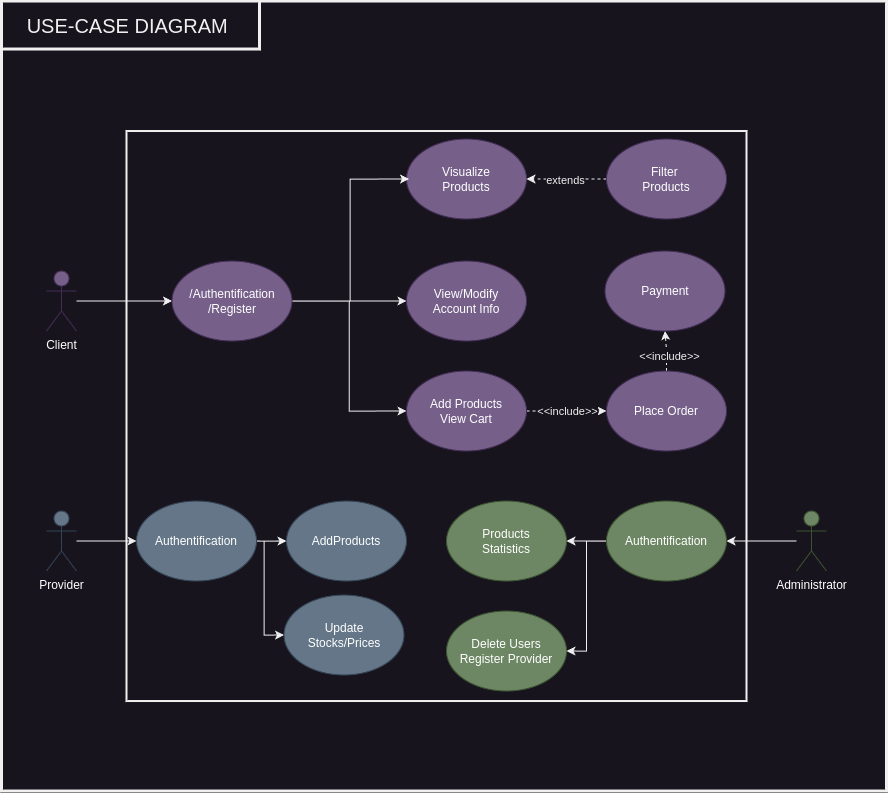
Before: images/use_case_diagram.png, a diagram exported from draw.io (DamirDenis-Tudor/book-store.net). Source tidied: cells renumbered, new cells last; positions are measured from the earlier drawing's top-left corner, leaving out a move shared by most shapes. Source of this version:
```xml
<mxGraphModel>
  <root>
    <mxCell id="0" />
    <mxCell id="1" parent="0" />
    <mxCell id="2" style="rounded=0;whiteSpace=wrap;html=1;strokeWidth=3;" parent="1" vertex="1">
      <mxGeometry y="-0.5" width="885" height="790" as="geometry" />
    </mxCell>
    <mxCell id="3" style="rounded=0;whiteSpace=wrap;html=1;strokeWidth=2;" parent="1" vertex="1">
      <mxGeometry x="125" y="129.5" width="620" height="570" as="geometry" />
    </mxCell>
    <mxCell id="4" style="edgeStyle=orthogonalEdgeStyle;rounded=0;jettySize=auto;html=1;entryX=0;entryY=0.5;entryDx=0;entryDy=0;" parent="1" edge="1" source="5" target="35">
      <mxGeometry relative="1" as="geometry" />
    </mxCell>
    <mxCell id="5" value="Provider" style="shape=umlActor;verticalLabelPosition=bottom;verticalAlign=top;html=1;fillColor=#647687;fontColor=#ffffff;strokeColor=#314354;" parent="1" vertex="1">
      <mxGeometry x="45" y="509.5" width="30" height="60" as="geometry" />
    </mxCell>
    <mxCell id="6" style="edgeStyle=orthogonalEdgeStyle;rounded=0;jettySize=auto;html=1;entryX=0;entryY=0.5;entryDx=0;entryDy=0;exitX=1;exitY=0.5;exitDx=0;exitDy=0;" parent="1" edge="1" source="15" target="16">
      <mxGeometry relative="1" as="geometry" />
    </mxCell>
    <mxCell id="7" value="Visualize&lt;br&gt;Products" style="ellipse;whiteSpace=wrap;html=1;fillColor=#76608a;fontColor=#ffffff;strokeColor=#432D57;" parent="1" vertex="1">
      <mxGeometry x="405" y="137.5" width="120" height="80" as="geometry" />
    </mxCell>
    <mxCell id="8" style="edgeStyle=orthogonalEdgeStyle;rounded=0;jettySize=auto;html=1;dashed=1;" parent="1" edge="1" source="10" target="7">
      <mxGeometry relative="1" as="geometry" />
    </mxCell>
    <mxCell id="9" value="extends" style="edgeLabel;html=1;align=center;verticalAlign=middle;" parent="8" vertex="1">
      <mxGeometry x="0.03" y="4" relative="1" as="geometry">
        <mxPoint y="-4" as="offset" />
      </mxGeometry>
    </mxCell>
    <mxCell id="10" value="Filter&amp;nbsp;&lt;br&gt;Products" style="ellipse;whiteSpace=wrap;html=1;fillColor=#76608a;fontColor=#ffffff;strokeColor=#432D57;" parent="1" vertex="1">
      <mxGeometry x="605" y="137.5" width="120" height="80" as="geometry" />
    </mxCell>
    <mxCell id="11" style="edgeStyle=orthogonalEdgeStyle;rounded=0;jettySize=auto;html=1;entryX=0;entryY=0.5;entryDx=0;entryDy=0;" parent="1" edge="1" source="12" target="15">
      <mxGeometry relative="1" as="geometry" />
    </mxCell>
    <mxCell id="12" value="Client" style="shape=umlActor;verticalLabelPosition=bottom;verticalAlign=top;html=1;fillColor=#76608a;fontColor=#ffffff;strokeColor=#432D57;" parent="1" vertex="1">
      <mxGeometry x="45" y="269.5" width="30" height="60" as="geometry" />
    </mxCell>
    <mxCell id="13" style="edgeStyle=orthogonalEdgeStyle;rounded=0;jettySize=auto;html=1;entryX=0;entryY=0.5;entryDx=0;entryDy=0;" parent="1" edge="1" source="15" target="19">
      <mxGeometry relative="1" as="geometry" />
    </mxCell>
    <mxCell id="14" style="edgeStyle=orthogonalEdgeStyle;rounded=0;jettySize=auto;html=1;exitX=1;exitY=0.5;exitDx=0;exitDy=0;" parent="1" edge="1" source="15">
      <mxGeometry relative="1" as="geometry">
        <mxPoint x="407.5" y="177.5" as="targetPoint" />
        <Array as="points">
          <mxPoint x="348.5" y="299.5" />
          <mxPoint x="348.5" y="177.5" />
        </Array>
      </mxGeometry>
    </mxCell>
    <mxCell id="15" value="/Authentification&lt;br&gt;/Register" style="ellipse;whiteSpace=wrap;html=1;fillColor=#76608a;fontColor=#ffffff;strokeColor=#432D57;" parent="1" vertex="1">
      <mxGeometry x="170.5" y="259.5" width="120" height="80" as="geometry" />
    </mxCell>
    <mxCell id="16" value="View/Modify&lt;br&gt;Account Info" style="ellipse;whiteSpace=wrap;html=1;fillColor=#76608a;fontColor=#ffffff;strokeColor=#432D57;" parent="1" vertex="1">
      <mxGeometry x="405" y="259.5" width="120" height="80" as="geometry" />
    </mxCell>
    <mxCell id="17" style="edgeStyle=orthogonalEdgeStyle;rounded=0;jettySize=auto;html=1;entryX=0;entryY=0.5;entryDx=0;entryDy=0;dashed=1;" parent="1" edge="1" source="19" target="22">
      <mxGeometry relative="1" as="geometry" />
    </mxCell>
    <mxCell id="18" value="&amp;lt;&amp;lt;include&amp;gt;&amp;gt;" style="edgeLabel;html=1;align=center;verticalAlign=middle;" parent="17" vertex="1">
      <mxGeometry y="1" relative="1" as="geometry" />
    </mxCell>
    <mxCell id="19" value="Add Products&lt;br&gt;View Cart" style="ellipse;whiteSpace=wrap;html=1;fillColor=#76608a;fontColor=#ffffff;strokeColor=#432D57;" parent="1" vertex="1">
      <mxGeometry x="405" y="369.5" width="120" height="80" as="geometry" />
    </mxCell>
    <mxCell id="20" style="edgeStyle=orthogonalEdgeStyle;rounded=0;jettySize=auto;html=1;entryX=0.5;entryY=1;entryDx=0;entryDy=0;dashed=1;" parent="1" edge="1" source="22" target="23">
      <mxGeometry relative="1" as="geometry" />
    </mxCell>
    <mxCell id="21" value="&amp;lt;&amp;lt;include&amp;gt;&amp;gt;" style="edgeLabel;html=1;align=center;verticalAlign=middle;" parent="20" vertex="1">
      <mxGeometry x="-0.22" y="-2" relative="1" as="geometry" />
    </mxCell>
    <mxCell id="22" value="Place Order" style="ellipse;whiteSpace=wrap;html=1;fillColor=#76608a;fontColor=#ffffff;strokeColor=#432D57;" parent="1" vertex="1">
      <mxGeometry x="605" y="369.5" width="120" height="80" as="geometry" />
    </mxCell>
    <mxCell id="23" value="Payment" style="ellipse;whiteSpace=wrap;html=1;fillColor=#76608a;fontColor=#ffffff;strokeColor=#432D57;" parent="1" vertex="1">
      <mxGeometry x="603.5" y="249.5" width="120" height="80" as="geometry" />
    </mxCell>
    <mxCell id="24" value="AddProducts" style="ellipse;whiteSpace=wrap;html=1;fillColor=#647687;fontColor=#ffffff;strokeColor=#314354;" parent="1" vertex="1">
      <mxGeometry x="285" y="499.5" width="120" height="80" as="geometry" />
    </mxCell>
    <mxCell id="25" style="edgeStyle=orthogonalEdgeStyle;rounded=0;jettySize=auto;html=1;" parent="1" edge="1" source="26" target="31">
      <mxGeometry relative="1" as="geometry" />
    </mxCell>
    <mxCell id="26" value="Administrator" style="shape=umlActor;verticalLabelPosition=bottom;verticalAlign=top;html=1;fillColor=#6d8764;fontColor=#ffffff;strokeColor=#3A5431;" parent="1" vertex="1">
      <mxGeometry x="795" y="509.5" width="30" height="60" as="geometry" />
    </mxCell>
    <mxCell id="27" value="Delete Users&lt;br&gt;Register Provider" style="ellipse;whiteSpace=wrap;html=1;fillColor=#6d8764;fontColor=#ffffff;strokeColor=#3A5431;" parent="1" vertex="1">
      <mxGeometry x="445" y="609.5" width="120" height="80" as="geometry" />
    </mxCell>
    <mxCell id="28" value="Products&lt;br&gt;Statistics" style="ellipse;whiteSpace=wrap;html=1;fillColor=#6d8764;fontColor=#ffffff;strokeColor=#3A5431;" parent="1" vertex="1">
      <mxGeometry x="445" y="499.5" width="120" height="80" as="geometry" />
    </mxCell>
    <mxCell id="29" style="edgeStyle=orthogonalEdgeStyle;rounded=0;jettySize=auto;html=1;entryX=1;entryY=0.5;entryDx=0;entryDy=0;" parent="1" edge="1" source="31" target="28">
      <mxGeometry relative="1" as="geometry" />
    </mxCell>
    <mxCell id="30" style="edgeStyle=orthogonalEdgeStyle;rounded=0;jettySize=auto;html=1;entryX=1;entryY=0.5;entryDx=0;entryDy=0;" parent="1" edge="1" source="31" target="27">
      <mxGeometry relative="1" as="geometry" />
    </mxCell>
    <mxCell id="31" value="Authentification" style="ellipse;whiteSpace=wrap;html=1;fillColor=#6d8764;fontColor=#ffffff;strokeColor=#3A5431;" parent="1" vertex="1">
      <mxGeometry x="605" y="499.5" width="120" height="80" as="geometry" />
    </mxCell>
    <mxCell id="32" style="edgeStyle=orthogonalEdgeStyle;rounded=0;jettySize=auto;html=1;entryX=0;entryY=0.5;entryDx=0;entryDy=0;" parent="1" edge="1" source="35" target="24">
      <mxGeometry relative="1" as="geometry" />
    </mxCell>
    <mxCell id="33" style="edgeStyle=orthogonalEdgeStyle;rounded=0;jettySize=auto;html=1;" parent="1" edge="1" source="35" target="24">
      <mxGeometry relative="1" as="geometry" />
    </mxCell>
    <mxCell id="34" style="edgeStyle=orthogonalEdgeStyle;rounded=0;jettySize=auto;html=1;exitX=1;exitY=0.5;exitDx=0;exitDy=0;entryX=0;entryY=0.5;entryDx=0;entryDy=0;" parent="1" edge="1" source="35" target="37">
      <mxGeometry relative="1" as="geometry">
        <Array as="points">
          <mxPoint x="262.5" y="539.5" />
          <mxPoint x="262.5" y="633.5" />
        </Array>
      </mxGeometry>
    </mxCell>
    <mxCell id="35" value="Authentification" style="ellipse;whiteSpace=wrap;html=1;fillColor=#647687;fontColor=#ffffff;strokeColor=#314354;" parent="1" vertex="1">
      <mxGeometry x="135" y="499.5" width="120" height="80" as="geometry" />
    </mxCell>
    <mxCell id="36" value="&lt;font style=&quot;font-size: 20px;&quot;&gt;USE-CASE DIAGRAM&amp;nbsp;&lt;/font&gt;" style="rounded=0;whiteSpace=wrap;html=1;strokeWidth=3;" parent="1" vertex="1">
      <mxGeometry y="-0.5" width="258" height="48" as="geometry" />
    </mxCell>
    <mxCell id="37" value="Update &lt;br&gt;Stocks/Prices" style="ellipse;whiteSpace=wrap;html=1;fillColor=#647687;fontColor=#ffffff;strokeColor=#314354;" parent="1" vertex="1">
      <mxGeometry x="282.5" y="593.5" width="120" height="80" as="geometry" />
    </mxCell>
  </root>
</mxGraphModel>
```
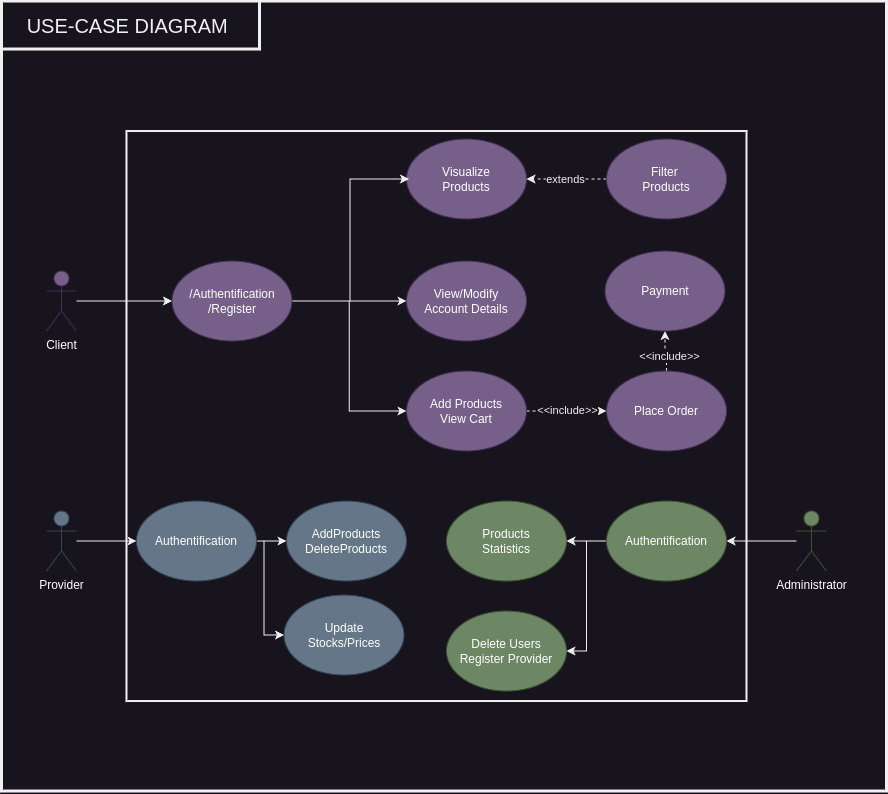
Later version of the same file.

Diff of the diagram source:
```diff
@@ -52,7 +52,7 @@
     <mxCell id="15" value="/Authentification&lt;br&gt;/Register" style="ellipse;whiteSpace=wrap;html=1;fillColor=#76608a;fontColor=#ffffff;strokeColor=#432D57;" parent="1" vertex="1">
       <mxGeometry x="170.5" y="259.5" width="120" height="80" as="geometry" />
     </mxCell>
-    <mxCell id="16" value="View/Modify&lt;br&gt;Account Info" style="ellipse;whiteSpace=wrap;html=1;fillColor=#76608a;fontColor=#ffffff;strokeColor=#432D57;" parent="1" vertex="1">
+    <mxCell id="16" value="View/Modify&lt;br&gt;Account Details" style="ellipse;whiteSpace=wrap;html=1;fillColor=#76608a;fontColor=#ffffff;strokeColor=#432D57;" parent="1" vertex="1">
       <mxGeometry x="405" y="259.5" width="120" height="80" as="geometry" />
     </mxCell>
     <mxCell id="17" style="edgeStyle=orthogonalEdgeStyle;rounded=0;jettySize=auto;html=1;entryX=0;entryY=0.5;entryDx=0;entryDy=0;dashed=1;" parent="1" edge="1" source="19" target="22">
@@ -76,7 +76,7 @@
     <mxCell id="23" value="Payment" style="ellipse;whiteSpace=wrap;html=1;fillColor=#76608a;fontColor=#ffffff;strokeColor=#432D57;" parent="1" vertex="1">
       <mxGeometry x="603.5" y="249.5" width="120" height="80" as="geometry" />
     </mxCell>
-    <mxCell id="24" value="AddProducts" style="ellipse;whiteSpace=wrap;html=1;fillColor=#647687;fontColor=#ffffff;strokeColor=#314354;" parent="1" vertex="1">
+    <mxCell id="24" value="AddProducts&lt;br&gt;DeleteProducts" style="ellipse;whiteSpace=wrap;html=1;fillColor=#647687;fontColor=#ffffff;strokeColor=#314354;" parent="1" vertex="1">
       <mxGeometry x="285" y="499.5" width="120" height="80" as="geometry" />
     </mxCell>
     <mxCell id="25" style="edgeStyle=orthogonalEdgeStyle;rounded=0;jettySize=auto;html=1;" parent="1" edge="1" source="26" target="31">
```
